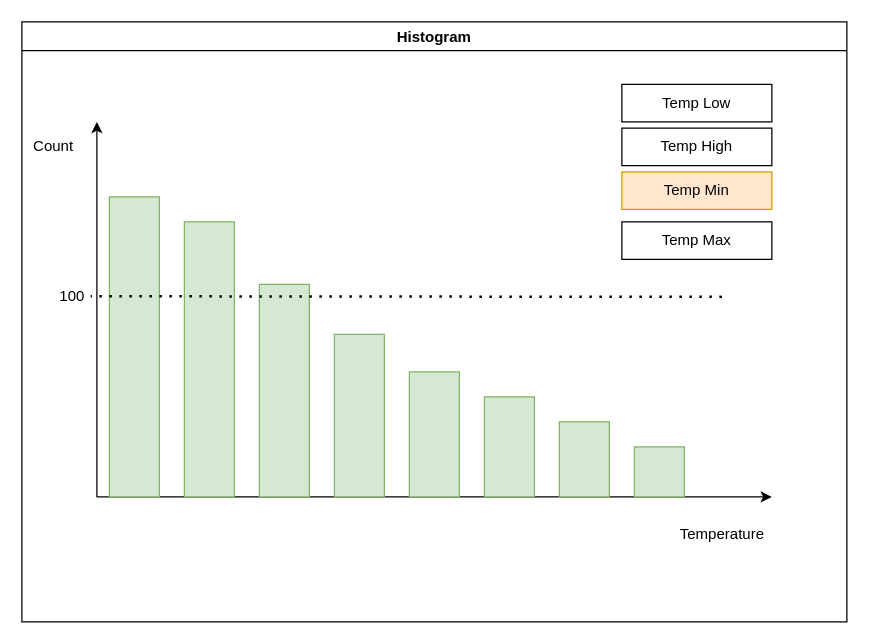
This is HW #2/Untitled Diagram.drawio from BekA-012/ms_kbtu_dv, a draw.io file, before an edit. Source tidied: cells renumbered, new cells numbered last; positions are measured from the earlier drawing's top-left corner, leaving out a move shared by most shapes. Both pictures are drawn from the tidied source at 125%, with x=0, y=0 at pixel (21, 21).
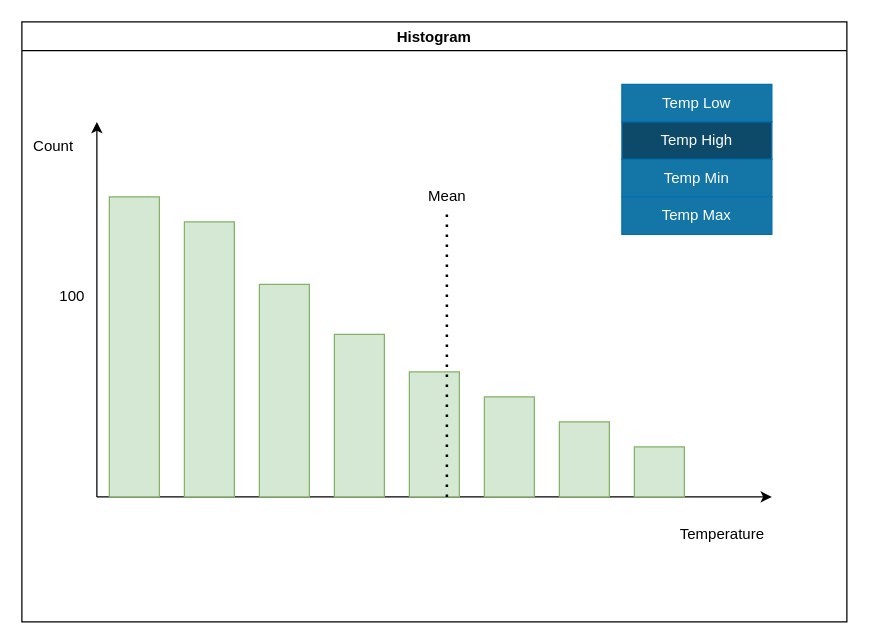
The same page after the edit.

The change refers to these unchanged cells:
```xml
<mxCell id="2" value="Histogram" style="swimlane;" parent="1" vertex="1">
  <mxGeometry width="660" height="480" as="geometry" />
</mxCell>
<mxCell id="17" style="rounded=0;whiteSpace=wrap;html=1;fillColor=#d5e8d4;strokeColor=#82b366;" parent="2" vertex="1">
  <mxGeometry x="310" y="280" width="40" height="100" as="geometry" />
</mxCell>
```

Diff of the diagram source:
```diff
@@
-    <mxCell id="12" style="endArrow=none;dashed=1;html=1;dashPattern=1 3;strokeWidth=2;rounded=0;" parent="2" edge="1">
-      <mxGeometry relative="1" as="geometry">
-        <mxPoint x="560" y="220" as="sourcePoint" />
-        <mxPoint x="55" y="219.5" as="targetPoint" />
-      </mxGeometry>
-    </mxCell>
-    <mxCell id="13" value="Temp Low" style="rounded=0;whiteSpace=wrap;html=1;" parent="2" vertex="1">
+    <mxCell id="13" value="Temp Low" style="rounded=0;whiteSpace=wrap;html=1;fillColor=#1476A6;fontColor=#ffffff;strokeColor=#006EAF;" parent="2" vertex="1">
       <mxGeometry x="480" y="50" width="120" height="30" as="geometry" />
     </mxCell>
-    <mxCell id="14" value="Temp High" style="rounded=0;whiteSpace=wrap;html=1;" parent="2" vertex="1">
-      <mxGeometry x="480" y="85" width="120" height="30" as="geometry" />
+    <mxCell id="14" value="Temp High" style="rounded=0;whiteSpace=wrap;html=1;fillColor=#0D4A69;fontColor=#ffffff;strokeColor=#006EAF;" parent="2" vertex="1">
+      <mxGeometry x="480" y="80" width="120" height="30" as="geometry" />
     </mxCell>
-    <mxCell id="15" value="Temp Min" style="rounded=0;whiteSpace=wrap;html=1;fillColor=#ffe6cc;strokeColor=#d79b00;" parent="2" vertex="1">
-      <mxGeometry x="480" y="120" width="120" height="30" as="geometry" />
+    <mxCell id="15" value="Temp Min" style="rounded=0;whiteSpace=wrap;html=1;fillColor=#1476A6;strokeColor=#006EAF;fontColor=#ffffff;" parent="2" vertex="1">
+      <mxGeometry x="480" y="110" width="120" height="30" as="geometry" />
     </mxCell>
-    <mxCell id="16" value="Temp Max" style="rounded=0;whiteSpace=wrap;html=1;" parent="2" vertex="1">
-      <mxGeometry x="480" y="160" width="120" height="30" as="geometry" />
+    <mxCell id="16" value="Temp Max" style="rounded=0;whiteSpace=wrap;html=1;fillColor=#1476A6;strokeColor=#006EAF;fontColor=#ffffff;" parent="2" vertex="1">
+      <mxGeometry x="480" y="140" width="120" height="30" as="geometry" />
     </mxCell>
@@
+    <mxCell id="21" value="Mean" style="text;html=1;align=center;verticalAlign=middle;strokeColor=none;fillColor=none;" parent="2" vertex="1">
+      <mxGeometry x="315" y="130" width="50" height="20" as="geometry" />
+    </mxCell>
+    <mxCell id="22" style="endArrow=none;dashed=1;html=1;dashPattern=1 3;strokeWidth=2;rounded=0;exitX=0.75;exitY=1;exitDx=0;exitDy=0;" parent="1" edge="1" source="17">
+      <mxGeometry relative="1" as="geometry">
+        <mxPoint x="340" y="150" as="targetPoint" />
+      </mxGeometry>
+    </mxCell>
```
